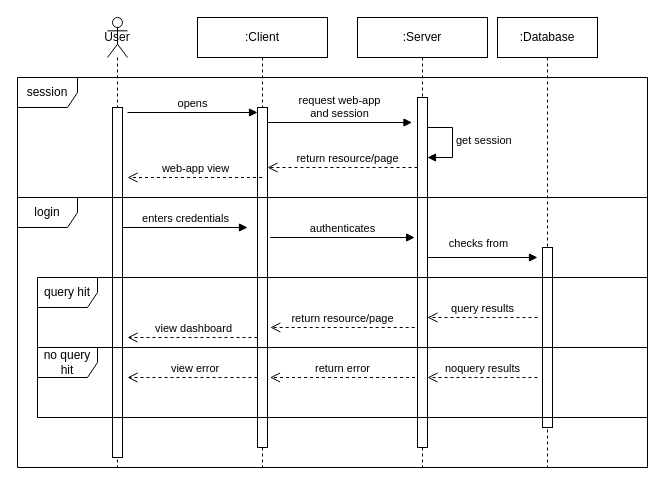
The draw.io diagram page "Session" (1 of 5) of software requirement/design/Sequence Diagram.drawio in nati-esh-zed/online_shopping_webapp, before the edit. Source tidied: cells renumbered, new cells numbered last; positions are measured from the earlier drawing's top-left corner, leaving out a move shared by most shapes. Both pictures are drawn from the tidied source at 100%, with x=0, y=0 at pixel (17, 17).
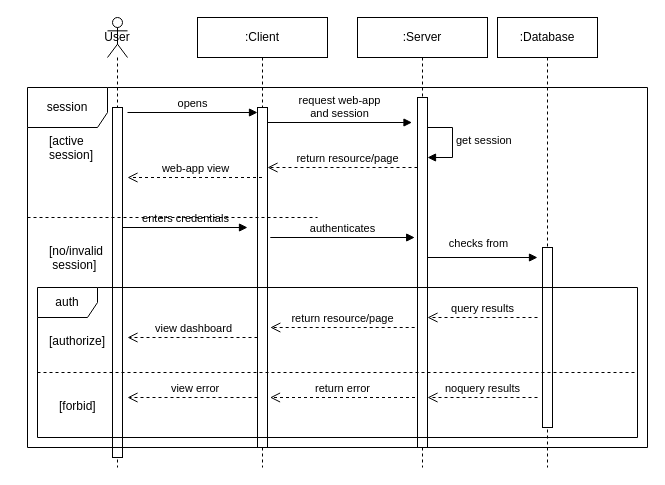
After the change.

Unchanged cells that the change refers to:
```xml
<mxCell id="6" style="html=1;points=[[0,0,0,0,5],[0,1,0,0,-5],[1,0,0,0,5],[1,1,0,0,-5]];perimeter=orthogonalPerimeter;outlineConnect=0;targetShapes=umlLifeline;portConstraint=eastwest;newEdgeStyle={&quot;curved&quot;:0,&quot;rounded&quot;:0};" parent="5" vertex="1">
  <mxGeometry x="60" y="90" width="10" height="340" as="geometry" />
</mxCell>
```

The edit, as a diff of the source:
```diff
@@
-    <mxCell id="13" value="session" style="shape=umlFrame;whiteSpace=wrap;html=1;" parent="1" vertex="1">
-      <mxGeometry y="60" width="630" height="120" as="geometry" />
-    </mxCell>
-    <mxCell id="14" value="login" style="shape=umlFrame;whiteSpace=wrap;html=1;" parent="1" vertex="1">
-      <mxGeometry y="180" width="630" height="270" as="geometry" />
-    </mxCell>
@@
-    <mxCell id="22" value="noquery results" style="html=1;verticalAlign=bottom;endArrow=open;dashed=1;endSize=8;curved=0;rounded=0;" parent="1" edge="1">
-      <mxGeometry relative="1" as="geometry">
-        <mxPoint x="520" y="360" as="sourcePoint" />
-        <mxPoint x="410" y="360" as="targetPoint" />
-      </mxGeometry>
-    </mxCell>
-    <mxCell id="23" value="return error" style="html=1;verticalAlign=bottom;endArrow=open;dashed=1;endSize=8;curved=0;rounded=0;" parent="1" edge="1">
-      <mxGeometry relative="1" as="geometry">
-        <mxPoint x="397.5" y="360" as="sourcePoint" />
-        <mxPoint x="252.5" y="360" as="targetPoint" />
-      </mxGeometry>
-    </mxCell>
-    <mxCell id="24" value="&amp;nbsp;view error" style="html=1;verticalAlign=bottom;endArrow=open;dashed=1;endSize=8;curved=0;rounded=0;" parent="1" edge="1" source="6">
-      <mxGeometry x="-0.01" relative="1" as="geometry">
-        <mxPoint x="110" y="360" as="targetPoint" />
-      </mxGeometry>
-    </mxCell>
-    <mxCell id="25" value="query hit" style="shape=umlFrame;whiteSpace=wrap;html=1;" parent="1" vertex="1">
-      <mxGeometry x="20" y="260" width="610" height="70" as="geometry" />
-    </mxCell>
-    <mxCell id="26" value="no query hit" style="shape=umlFrame;whiteSpace=wrap;html=1;" parent="1" vertex="1">
-      <mxGeometry x="20" y="330" width="610" height="70" as="geometry" />
-    </mxCell>
@@
+    <mxCell id="13" value="session" style="shape=umlFrame;whiteSpace=wrap;html=1;width=80;height=40;" parent="1" vertex="1">
+      <mxGeometry x="10" y="70" width="620" height="360" as="geometry" />
+    </mxCell>
+    <mxCell id="29" value="[active&lt;br&gt;session]" style="text;html=1;" parent="13" vertex="1">
+      <mxGeometry width="100" height="20" relative="1" as="geometry">
+        <mxPoint x="20" y="40" as="offset" />
+      </mxGeometry>
+    </mxCell>
+    <mxCell id="30" value="[no/invalid&lt;br&gt;&amp;nbsp;session]" style="line;strokeWidth=1;dashed=1;labelPosition=center;verticalLabelPosition=bottom;align=left;verticalAlign=top;spacingLeft=20;spacingTop=15;html=1;whiteSpace=wrap;" parent="13" vertex="1">
+      <mxGeometry y="125" width="290" height="10" as="geometry" />
+    </mxCell>
+    <mxCell id="31" value="auth" style="shape=umlFrame;whiteSpace=wrap;html=1;width=60;height=30;" parent="13" vertex="1">
+      <mxGeometry x="10" y="200" width="600" height="150" as="geometry" />
+    </mxCell>
+    <mxCell id="32" value="[authorize]" style="text;html=1;" parent="31" vertex="1">
+      <mxGeometry width="100" height="20" relative="1" as="geometry">
+        <mxPoint x="10" y="40" as="offset" />
+      </mxGeometry>
+    </mxCell>
+    <mxCell id="24" value="&amp;nbsp;view error" style="html=1;verticalAlign=bottom;endArrow=open;dashed=1;endSize=8;curved=0;rounded=0;" parent="31" edge="1">
+      <mxGeometry x="-0.01" relative="1" as="geometry">
+        <mxPoint x="220" y="110" as="sourcePoint" />
+        <mxPoint x="90" y="110" as="targetPoint" />
+      </mxGeometry>
+    </mxCell>
+    <mxCell id="23" value="return error" style="html=1;verticalAlign=bottom;endArrow=open;dashed=1;endSize=8;curved=0;rounded=0;" parent="31" edge="1">
+      <mxGeometry relative="1" as="geometry">
+        <mxPoint x="377.5" y="110" as="sourcePoint" />
+        <mxPoint x="232.5" y="110" as="targetPoint" />
+      </mxGeometry>
+    </mxCell>
+    <mxCell id="22" value="noquery results" style="html=1;verticalAlign=bottom;endArrow=open;dashed=1;endSize=8;curved=0;rounded=0;" parent="31" edge="1">
+      <mxGeometry relative="1" as="geometry">
+        <mxPoint x="500" y="110" as="sourcePoint" />
+        <mxPoint x="390" y="110" as="targetPoint" />
+      </mxGeometry>
+    </mxCell>
+    <mxCell id="33" value="[forbid]" style="line;strokeWidth=1;dashed=1;labelPosition=center;verticalLabelPosition=bottom;align=left;verticalAlign=top;spacingLeft=20;spacingTop=15;html=1;whiteSpace=wrap;" parent="31" vertex="1">
+      <mxGeometry y="80" width="600" height="10" as="geometry" />
+    </mxCell>
```
